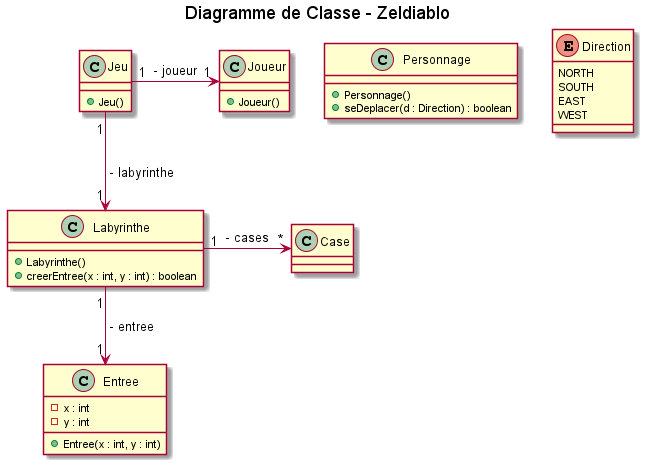
Before: documents/version_1/diagrammes/classe/diagClasseV1.png, a diagram exported from PlantUML (arnoux23u-IUTNC/2021_COO_Zeldiablo).
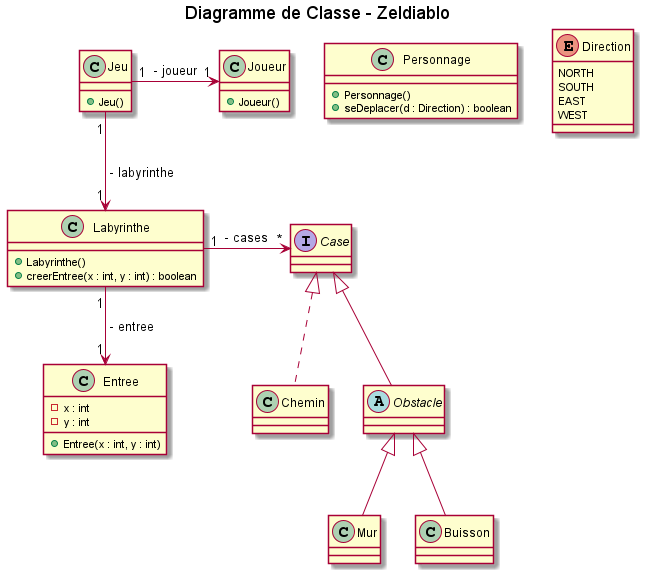
After the change.

Commit message:
Changements et ajouts fonctionnalitees_v1.txt Modify diagrams

What changed in the source:
```diff
@@ -16,7 +16,18 @@
     + creerEntree(x : int, y : int) : boolean
 }
 
-class Case{
+interface Case{
+}
+
+class Chemin implements Case{
+}
+
+abstract class Obstacle extends Case{
+}
+
+class Mur extends Obstacle{
+}
+class Buisson extends Obstacle{
 }
 
 class Entree{
```
